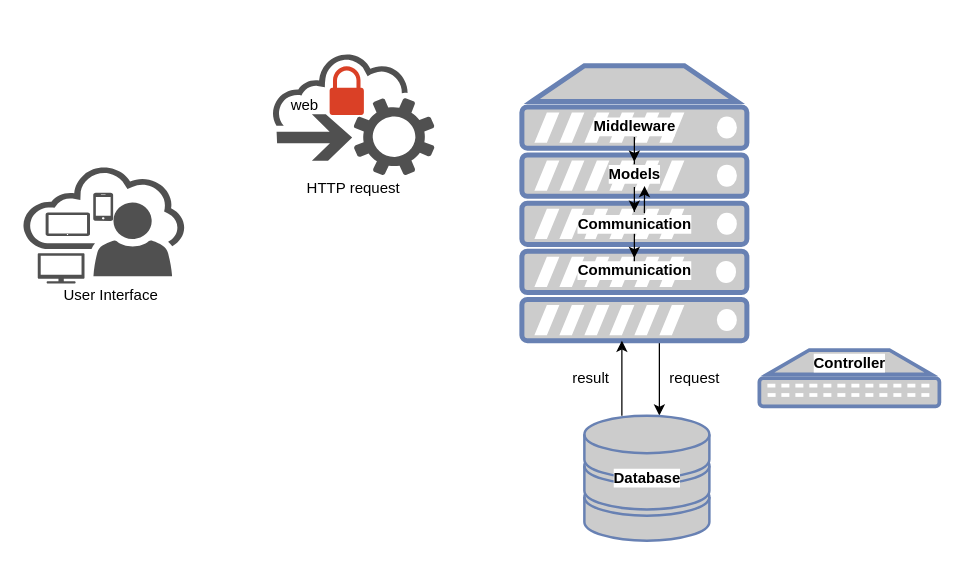
The draw.io diagram page "Page-3" (3 of 3) of SeviceHandler.drawio in iphearum/Documents, before the edit. Source tidied: cells renumbered, new cells numbered last; positions are measured from the earlier drawing's top-left corner, leaving out a move shared by most shapes. Both pictures are drawn from the tidied source at 125%, with x=0, y=0 at pixel (21, 52).
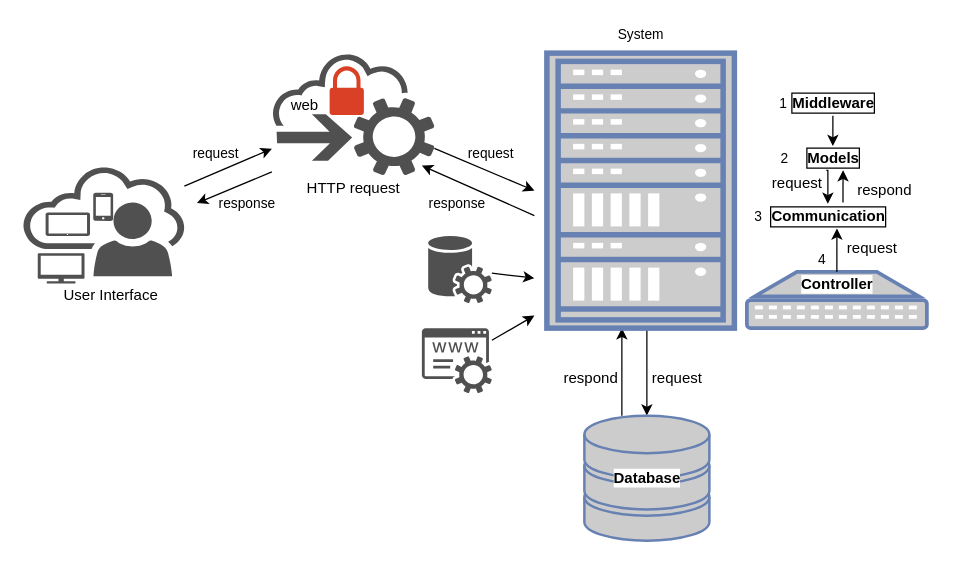
The same page after the edit.

The change refers to these unchanged cells:
```xml
<mxCell id="8" style="shadow=0;dashed=0;html=1;strokeColor=none;fillColor=#505050;labelPosition=center;verticalLabelPosition=bottom;outlineConnect=0;verticalAlign=top;align=center;shape=mxgraph.office.clouds.online_user;rounded=1;" parent="4" vertex="1">
  <mxGeometry width="130" height="88.4" as="geometry" />
</mxCell>
<mxCell id="14" style="shadow=0;dashed=0;html=1;strokeColor=none;fillColor=#505050;labelPosition=center;verticalLabelPosition=bottom;outlineConnect=0;verticalAlign=top;align=center;shape=mxgraph.office.clouds.cloud_service_request;rounded=1;gradientColor=none;" parent="13" vertex="1">
  <mxGeometry width="130" height="97.5" as="geometry" />
</mxCell>
<mxCell id="29" value="Controller" style="text;html=1;align=center;verticalAlign=middle;points=[];fontStyle=1;labelBackgroundColor=#FFFFFF;labelBorderColor=none;" parent="27" vertex="1">
  <mxGeometry x="37" width="70" height="20" as="geometry" />
</mxCell>
<mxCell id="31" style="fontColor=#0066CC;verticalAlign=top;verticalLabelPosition=bottom;labelPosition=center;align=center;html=1;outlineConnect=0;fillColor=#CCCCCC;strokeColor=#6881B3;gradientDirection=north;strokeWidth=2;shape=mxgraph.networks.storage;rounded=1;shadow=0;labelBackgroundColor=#FFFFFF;gradientColor=none;" parent="30" vertex="1">
  <mxGeometry width="100" height="100" as="geometry" />
</mxCell>
```

Diff of the diagram source:
```diff
@@
-    <mxCell id="17" style="edgeStyle=orthogonalEdgeStyle;rounded=0;jettySize=auto;html=1;fontColor=#000000;" parent="1" edge="1" source="18" target="31">
+    <mxCell id="17" style="edgeStyle=orthogonalEdgeStyle;rounded=0;jettySize=auto;html=1;fontColor=#000000;" parent="1" edge="1" source="38" target="31">
       <mxGeometry relative="1" as="geometry">
         <Array as="points">
-          <mxPoint x="510" y="260" />
-          <mxPoint x="510" y="260" />
+          <mxPoint x="500" y="240" />
+          <mxPoint x="500" y="240" />
         </Array>
       </mxGeometry>
     </mxCell>
-    <mxCell id="18" style="fontColor=#0066CC;verticalAlign=top;verticalLabelPosition=bottom;labelPosition=center;align=center;html=1;outlineConnect=0;fillColor=#CCCCCC;strokeColor=#6881B3;gradientDirection=north;strokeWidth=2;shape=mxgraph.networks.server;rounded=1;shadow=0;" parent="1" vertex="1">
-      <mxGeometry x="400" y="10" width="180" height="220" as="geometry" />
-    </mxCell>
-    <mxCell id="19" style="edgeStyle=orthogonalEdgeStyle;rounded=0;jettySize=auto;html=1;fontColor=#000000;" parent="1" edge="1" source="20" target="22">
-      <mxGeometry relative="1" as="geometry" />
-    </mxCell>
-    <mxCell id="20" value="Middleware" style="text;html=1;align=center;verticalAlign=middle;points=[];fontStyle=1;labelBackgroundColor=#FFFFFF;labelBorderColor=none;" parent="1" vertex="1">
-      <mxGeometry x="450" y="48.8" width="80" height="20" as="geometry" />
-    </mxCell>
-    <mxCell id="21" style="edgeStyle=orthogonalEdgeStyle;rounded=0;jettySize=auto;html=1;fontColor=#000000;" parent="1" edge="1" source="22" target="24">
-      <mxGeometry relative="1" as="geometry" />
-    </mxCell>
-    <mxCell id="22" value="Models" style="text;html=1;align=center;verticalAlign=middle;points=[];fontStyle=1;labelBackgroundColor=#FFFFFF;labelBorderColor=none;" parent="1" vertex="1">
-      <mxGeometry x="460" y="87" width="60" height="20" as="geometry" />
-    </mxCell>
-    <mxCell id="23" style="edgeStyle=orthogonalEdgeStyle;rounded=0;jettySize=auto;html=1;fontColor=#000000;" parent="1" edge="1" source="24" target="25">
-      <mxGeometry relative="1" as="geometry" />
-    </mxCell>
-    <mxCell id="24" value="Communication" style="text;html=1;align=center;verticalAlign=middle;points=[];fontStyle=1;labelBackgroundColor=#FFFFFF;labelBorderColor=none;" parent="1" vertex="1">
-      <mxGeometry x="435" y="127" width="110" height="20" as="geometry" />
-    </mxCell>
-    <mxCell id="25" value="Communication" style="text;html=1;align=center;verticalAlign=middle;points=[];fontStyle=1;labelBackgroundColor=#FFFFFF;labelBorderColor=none;" parent="1" vertex="1">
-      <mxGeometry x="435" y="164" width="110" height="20" as="geometry" />
-    </mxCell>
-    <mxCell id="26" style="edgeStyle=orthogonalEdgeStyle;rounded=0;jettySize=auto;html=1;fontColor=#000000;entryX=0.636;entryY=0.966;entryDx=0;entryDy=0;entryPerimeter=0;" parent="1" edge="1" target="22">
-      <mxGeometry relative="1" as="geometry">
-        <mxPoint x="498" y="128" as="sourcePoint" />
-      </mxGeometry>
-    </mxCell>
     <mxCell id="27" style="group;" parent="1" vertex="1">
-      <mxGeometry x="590" y="237.5" width="144" height="45" as="geometry" />
+      <mxGeometry x="580" y="175" width="144" height="45" as="geometry" />
     </mxCell>
@@
+    <mxCell id="36" value="4" style="text;html=1;align=center;verticalAlign=middle;fontSize=11;fontColor=#000000;" parent="27" vertex="1">
+      <mxGeometry x="50" y="-20" width="20" height="20" as="geometry" />
+    </mxCell>
@@
-    <mxCell id="33" style="edgeStyle=orthogonalEdgeStyle;rounded=0;jettySize=auto;html=1;fontColor=#000000;" parent="1" edge="1" source="31" target="18">
+    <mxCell id="33" style="edgeStyle=orthogonalEdgeStyle;rounded=0;jettySize=auto;html=1;fontColor=#000000;" parent="1" edge="1" source="31" target="38">
       <mxGeometry relative="1" as="geometry">
         <Array as="points">
-          <mxPoint x="480" y="260" />
-          <mxPoint x="480" y="260" />
+          <mxPoint x="480" y="240" />
+          <mxPoint x="480" y="240" />
         </Array>
       </mxGeometry>
     </mxCell>
-    <mxCell id="34" value="result" style="text;html=1;align=center;verticalAlign=middle;fontColor=#000000;" parent="1" vertex="1">
-      <mxGeometry x="435" y="250" width="40" height="20" as="geometry" />
+    <mxCell id="34" value="respond" style="text;html=1;align=center;verticalAlign=middle;fontColor=#000000;" parent="1" vertex="1">
+      <mxGeometry x="425" y="250" width="60" height="20" as="geometry" />
     </mxCell>
     <mxCell id="35" value="request" style="text;html=1;align=center;verticalAlign=middle;fontColor=#000000;" parent="1" vertex="1">
-      <mxGeometry x="508" y="250" width="60" height="20" as="geometry" />
+      <mxGeometry x="494" y="250" width="60" height="20" as="geometry" />
     </mxCell>
+    <mxCell id="37" style="group;" parent="1" vertex="1">
+      <mxGeometry x="420" width="150" height="220" as="geometry" />
+    </mxCell>
+    <mxCell id="38" style="fontColor=#0066CC;verticalAlign=top;verticalLabelPosition=bottom;labelPosition=center;align=center;html=1;outlineConnect=0;fillColor=#CCCCCC;strokeColor=#6881B3;gradientDirection=north;strokeWidth=2;shape=mxgraph.networks.rack;rounded=1;shadow=0;labelBackgroundColor=#FFFFFF;gradientColor=none;" parent="37" vertex="1">
+      <mxGeometry width="150" height="220" as="geometry" />
+    </mxCell>
+    <mxCell id="20" value="Middleware" style="text;html=1;align=center;verticalAlign=middle;points=[];fontStyle=1;labelBackgroundColor=none;labelBorderColor=#000000;" parent="1" vertex="1">
+      <mxGeometry x="608.8" y="30" width="80" height="20" as="geometry" />
+    </mxCell>
+    <mxCell id="19" style="edgeStyle=orthogonalEdgeStyle;rounded=0;jettySize=auto;html=1;fontColor=#000000;" parent="1" edge="1" source="20" target="22">
+      <mxGeometry relative="1" as="geometry" />
+    </mxCell>
+    <mxCell id="22" value="Models" style="text;html=1;align=center;verticalAlign=middle;points=[];fontStyle=1;labelBackgroundColor=none;labelBorderColor=#000000;" parent="1" vertex="1">
+      <mxGeometry x="618.8" y="74.3" width="60" height="20" as="geometry" />
+    </mxCell>
+    <mxCell id="21" style="edgeStyle=orthogonalEdgeStyle;rounded=0;jettySize=auto;html=1;fontColor=#000000;exitX=0.413;exitY=0.977;exitDx=0;exitDy=0;exitPerimeter=0;" parent="1" edge="1" source="22" target="24">
+      <mxGeometry relative="1" as="geometry">
+        <Array as="points">
+          <mxPoint x="644.8" y="93.4" />
+        </Array>
+      </mxGeometry>
+    </mxCell>
+    <mxCell id="26" style="edgeStyle=orthogonalEdgeStyle;rounded=0;jettySize=auto;html=1;fontColor=#000000;entryX=0.636;entryY=0.966;entryDx=0;entryDy=0;entryPerimeter=0;exitX=0.608;exitY=-0.053;exitDx=0;exitDy=0;exitPerimeter=0;" parent="1" edge="1" source="24" target="22">
+      <mxGeometry relative="1" as="geometry" />
+    </mxCell>
+    <mxCell id="24" value="Communication" style="text;html=1;align=center;verticalAlign=middle;points=[];fontStyle=1;labelBackgroundColor=none;labelBorderColor=#000000;" parent="1" vertex="1">
+      <mxGeometry x="590" y="120.6" width="110" height="20" as="geometry" />
+    </mxCell>
+    <mxCell id="39" style="edgeStyle=orthogonalEdgeStyle;rounded=0;jettySize=auto;html=1;entryX=0.564;entryY=0.981;entryDx=0;entryDy=0;entryPerimeter=0;fontColor=#000000;" parent="1" edge="1" source="29" target="24">
+      <mxGeometry relative="1" as="geometry" />
+    </mxCell>
+    <mxCell id="40" style="shadow=0;dashed=0;html=1;strokeColor=none;fillColor=#505050;labelPosition=center;verticalLabelPosition=bottom;verticalAlign=top;outlineConnect=0;align=center;shape=mxgraph.office.services.registrar_service;rounded=1;labelBackgroundColor=none;fontSize=8;fontColor=#000000;" parent="1" vertex="1">
+      <mxGeometry x="320" y="220" width="56" height="52" as="geometry" />
+    </mxCell>
+    <mxCell id="41" style="shadow=0;dashed=0;html=1;strokeColor=none;fillColor=#505050;labelPosition=center;verticalLabelPosition=bottom;verticalAlign=top;outlineConnect=0;align=center;shape=mxgraph.office.services.central_management_service;rounded=1;labelBackgroundColor=none;fontSize=8;fontColor=#000000;" parent="1" vertex="1">
+      <mxGeometry x="325" y="146" width="51" height="54" as="geometry" />
+    </mxCell>
+    <mxCell id="42" style="endArrow=classic;html=1;fontSize=8;fontColor=#000000;" parent="1" edge="1" source="8" target="14">
+      <mxGeometry relative="1" as="geometry" />
+    </mxCell>
+    <mxCell id="43" style="endArrow=classic;html=1;fontSize=8;fontColor=#000000;" parent="1" edge="1">
+      <mxGeometry relative="1" as="geometry">
+        <mxPoint x="200" y="95" as="sourcePoint" />
+        <mxPoint x="140" y="120" as="targetPoint" />
+      </mxGeometry>
+    </mxCell>
+    <mxCell id="44" style="endArrow=classic;html=1;fontSize=8;fontColor=#000000;" parent="1" edge="1" source="14">
+      <mxGeometry relative="1" as="geometry">
+        <mxPoint x="410" y="110" as="targetPoint" />
+      </mxGeometry>
+    </mxCell>
+    <mxCell id="45" style="endArrow=classic;html=1;fontSize=8;fontColor=#000000;" parent="1" edge="1">
+      <mxGeometry relative="1" as="geometry">
+        <mxPoint x="410" y="130" as="sourcePoint" />
+        <mxPoint x="320" y="90" as="targetPoint" />
+      </mxGeometry>
+    </mxCell>
+    <mxCell id="46" style="endArrow=classic;html=1;fontSize=8;fontColor=#000000;" parent="1" edge="1" source="40">
+      <mxGeometry relative="1" as="geometry">
+        <mxPoint x="410" y="210" as="targetPoint" />
+      </mxGeometry>
+    </mxCell>
+    <mxCell id="47" style="endArrow=classic;html=1;fontSize=8;fontColor=#000000;" parent="1" edge="1" source="41">
+      <mxGeometry relative="1" as="geometry">
+        <mxPoint x="410" y="180" as="targetPoint" />
+      </mxGeometry>
+    </mxCell>
+    <mxCell id="48" value="System" style="text;html=1;align=center;verticalAlign=middle;fontSize=11;fontColor=#000000;" parent="1" vertex="1">
+      <mxGeometry x="470" y="-25" width="50" height="20" as="geometry" />
+    </mxCell>
+    <mxCell id="49" value="response" style="text;html=1;align=center;verticalAlign=middle;fontSize=11;fontColor=#000000;" parent="1" vertex="1">
+      <mxGeometry x="150" y="110" width="60" height="20" as="geometry" />
+    </mxCell>
+    <mxCell id="50" value="request" style="text;html=1;align=center;verticalAlign=middle;fontSize=11;fontColor=#000000;" parent="1" vertex="1">
+      <mxGeometry x="130" y="70" width="50" height="20" as="geometry" />
+    </mxCell>
+    <mxCell id="51" value="request" style="text;html=1;align=center;verticalAlign=middle;fontSize=11;fontColor=#000000;" parent="1" vertex="1">
+      <mxGeometry x="350" y="70" width="50" height="20" as="geometry" />
+    </mxCell>
+    <mxCell id="52" value="response" style="text;html=1;align=center;verticalAlign=middle;fontSize=11;fontColor=#000000;" parent="1" vertex="1">
+      <mxGeometry x="318" y="110" width="60" height="20" as="geometry" />
+    </mxCell>
+    <mxCell id="53" value="1" style="text;html=1;align=center;verticalAlign=middle;fontSize=11;fontColor=#000000;" parent="1" vertex="1">
+      <mxGeometry x="598.8" y="30" width="20" height="20" as="geometry" />
+    </mxCell>
+    <mxCell id="54" value="2" style="text;html=1;align=center;verticalAlign=middle;fontSize=11;fontColor=#000000;" parent="1" vertex="1">
+      <mxGeometry x="599.8" y="74.3" width="20" height="20" as="geometry" />
+    </mxCell>
+    <mxCell id="55" value="3" style="text;html=1;align=center;verticalAlign=middle;fontSize=11;fontColor=#000000;" parent="1" vertex="1">
+      <mxGeometry x="578.8" y="120.6" width="20" height="20" as="geometry" />
+    </mxCell>
+    <mxCell id="56" value="request" style="text;html=1;align=center;verticalAlign=middle;fontColor=#000000;" parent="1" vertex="1">
+      <mxGeometry x="650" y="146" width="60" height="20" as="geometry" />
+    </mxCell>
+    <mxCell id="57" value="respond" style="text;html=1;align=center;verticalAlign=middle;fontColor=#000000;" parent="1" vertex="1">
+      <mxGeometry x="660" y="100" width="60" height="20" as="geometry" />
+    </mxCell>
+    <mxCell id="58" value="request" style="text;html=1;align=center;verticalAlign=middle;fontColor=#000000;" parent="1" vertex="1">
+      <mxGeometry x="590" y="94.3" width="60" height="20" as="geometry" />
+    </mxCell>
```
